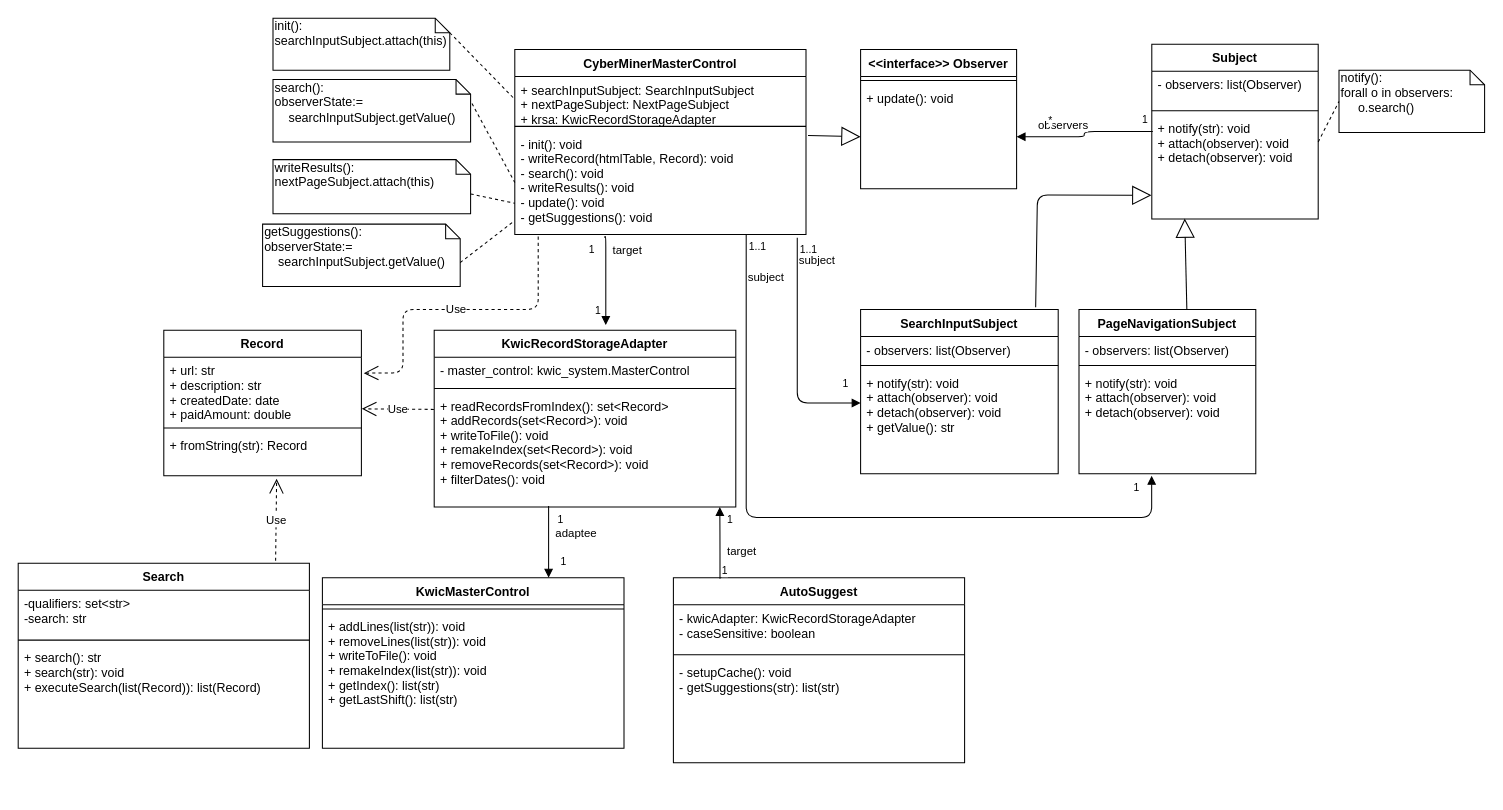
The draw.io diagram To-Do List Builder/cyberminer_class_diagram.drawio in kntnguyen94/To-Do-List-Builder, before the edit. Source tidied: cells renumbered, new cells numbered last; positions are measured from the earlier drawing's top-left corner, leaving out a move shared by most shapes. Both pictures are drawn from the tidied source at 104%, with x=0, y=0 at pixel (18, 18).
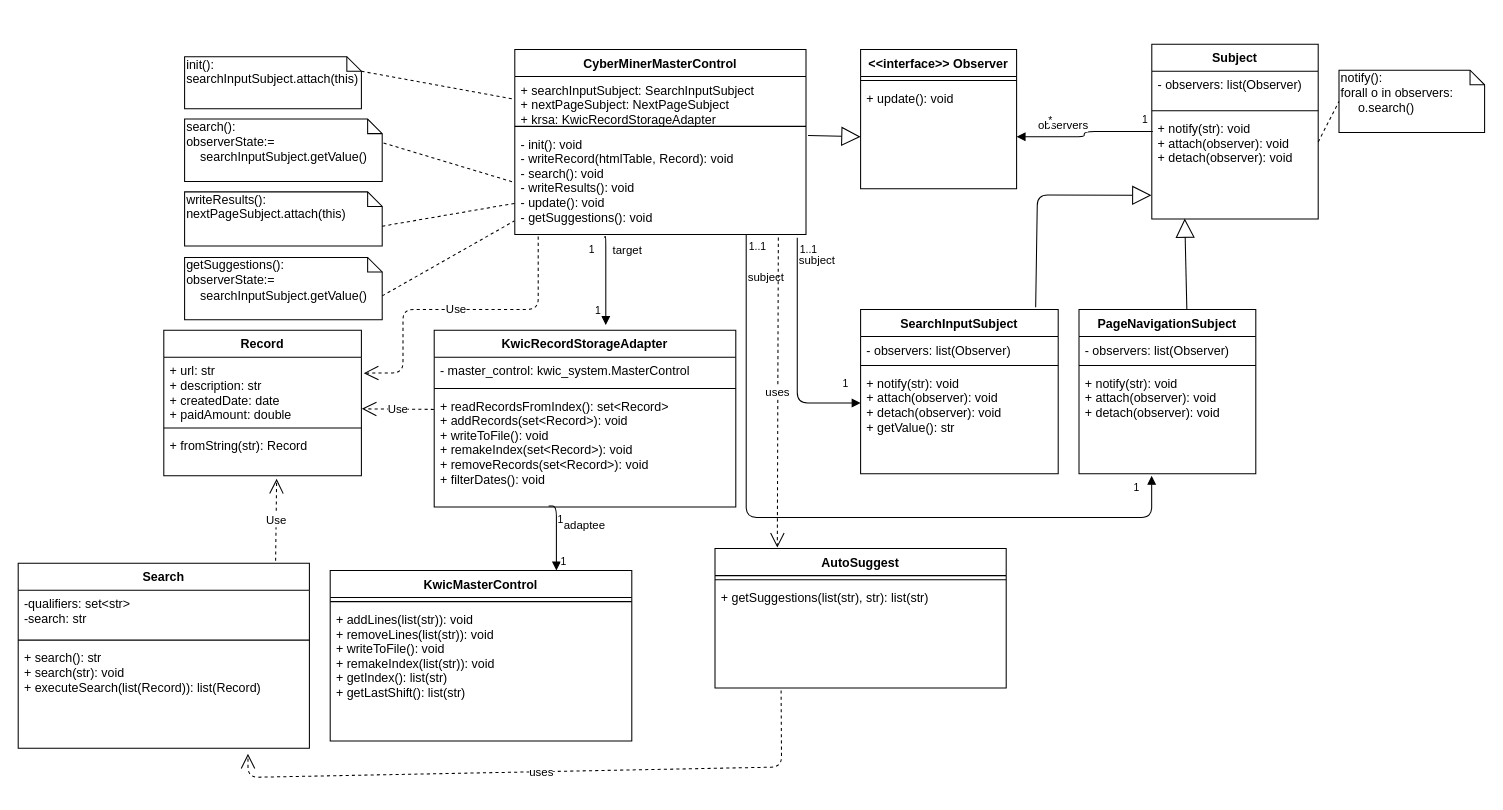
The same page after the edit.

The change refers to these unchanged cells:
```xml
<mxCell id="5" value="+ readRecordsFromIndex(): set&lt;Record&gt;&#10;+ addRecords(set&lt;Record&gt;): void&#10;+ writeToFile(): void&#10;+ remakeIndex(set&lt;Record&gt;): void&#10;+ removeRecords(set&lt;Record&gt;): void&#10;+ filterDates(): void" style="text;strokeColor=none;fillColor=none;align=left;verticalAlign=top;spacingLeft=4;spacingRight=4;overflow=hidden;points=[[0,0.5],[1,0.5]];portConstraint=eastwest;" parent="2" vertex="1">
  <mxGeometry y="60" width="290" height="110" as="geometry" />
</mxCell>
<mxCell id="22" value="+ search(): str&#10;+ search(str): void&#10;+ executeSearch(list(Record)): list(Record)" style="text;strokeColor=none;fillColor=none;align=left;verticalAlign=top;spacingLeft=4;spacingRight=4;overflow=hidden;points=[[0,0.5],[1,0.5]];portConstraint=eastwest;" parent="19" vertex="1">
  <mxGeometry y="78" width="280" height="100" as="geometry" />
</mxCell>
<mxCell id="35" value="- init(): void&#10;- writeRecord(htmlTable, Record): void&#10;- search(): void&#10;- writeResults(): void&#10;- update(): void&#10;- getSuggestions(): void" style="text;strokeColor=none;fillColor=none;align=left;verticalAlign=top;spacingLeft=4;spacingRight=4;overflow=hidden;points=[[0,0.5],[1,0.5]];portConstraint=eastwest;" parent="32" vertex="1">
  <mxGeometry y="78" width="280" height="100" as="geometry" />
</mxCell>
```

Change to the diagram source:
```diff
@@
     <mxCell id="6" value="KwicMasterControl" style="swimlane;fontStyle=1;align=center;verticalAlign=top;horizontal=1;startSize=26;" parent="1" vertex="1">
-      <mxGeometry x="292.5" y="538" width="290" height="164" as="geometry" />
+      <mxGeometry x="300" y="531" width="290" height="164" as="geometry" />
     </mxCell>
@@
     <mxCell id="11" value="AutoSuggest" style="swimlane;fontStyle=1;align=center;verticalAlign=top;horizontal=1;startSize=26;" parent="1" vertex="1">
-      <mxGeometry x="630" y="538" width="280" height="178" as="geometry" />
+      <mxGeometry x="670" y="510" width="280" height="134" as="geometry" />
     </mxCell>
-    <mxCell id="12" value="- kwicAdapter: KwicRecordStorageAdapter&#10;- caseSensitive: boolean" style="text;strokeColor=none;fillColor=none;align=left;verticalAlign=top;spacingLeft=4;spacingRight=4;overflow=hidden;" parent="11" vertex="1">
-      <mxGeometry y="26" width="280" height="44" as="geometry" />
-    </mxCell>
     <mxCell id="13" style="line;strokeWidth=1;fillColor=none;align=left;verticalAlign=middle;spacingTop=-1;spacingLeft=3;spacingRight=3;labelPosition=right;" parent="11" vertex="1">
-      <mxGeometry y="70" width="280" height="8" as="geometry" />
+      <mxGeometry y="26" width="280" height="8" as="geometry" />
     </mxCell>
-    <mxCell id="14" value="- setupCache(): void&#10;- getSuggestions(str): list(str)&#10;" style="text;strokeColor=none;fillColor=none;align=left;verticalAlign=top;spacingLeft=4;spacingRight=4;overflow=hidden;points=[[0,0.5],[1,0.5]];portConstraint=eastwest;" parent="11" vertex="1">
-      <mxGeometry y="78" width="280" height="100" as="geometry" />
+    <mxCell id="14" value="+ getSuggestions(list(str), str): list(str)&#10;" style="text;strokeColor=none;fillColor=none;align=left;verticalAlign=top;spacingLeft=4;spacingRight=4;overflow=hidden;points=[[0,0.5],[1,0.5]];portConstraint=eastwest;" parent="11" vertex="1">
+      <mxGeometry y="34" width="280" height="100" as="geometry" />
     </mxCell>
@@
     <mxCell id="29" value="search():&lt;br&gt;observerState:=&lt;br&gt;&amp;nbsp; &amp;nbsp; searchInputSubject.getValue()" style="shape=note;whiteSpace=wrap;html=1;size=14;verticalAlign=top;align=left;spacingTop=-6;" parent="1" vertex="1">
-      <mxGeometry x="245" y="59" width="190" height="60" as="geometry" />
+      <mxGeometry x="160" y="97" width="190" height="60" as="geometry" />
     </mxCell>
     <mxCell id="30" value="init():&lt;br&gt;searchInputSubject.attach(this)&lt;br&gt;" style="shape=note;whiteSpace=wrap;html=1;size=14;verticalAlign=top;align=left;spacingTop=-6;" parent="1" vertex="1">
-      <mxGeometry x="245" width="170" height="50" as="geometry" />
+      <mxGeometry x="160" y="37" width="170" height="50" as="geometry" />
     </mxCell>
@@
     <mxCell id="37" value="writeResults():&lt;br&gt;nextPageSubject.attach(this)" style="shape=note;whiteSpace=wrap;html=1;size=14;verticalAlign=top;align=left;spacingTop=-6;" parent="1" vertex="1">
-      <mxGeometry x="245" y="136" width="190" height="52" as="geometry" />
+      <mxGeometry x="160" y="167" width="190" height="52" as="geometry" />
     </mxCell>
@@
     <mxCell id="64" value="getSuggestions():&lt;br&gt;observerState:=&lt;br&gt;&amp;nbsp; &amp;nbsp; searchInputSubject.getValue()" style="shape=note;whiteSpace=wrap;html=1;size=14;verticalAlign=top;align=left;spacingTop=-6;" parent="1" vertex="1">
-      <mxGeometry x="235" y="198" width="190" height="60" as="geometry" />
+      <mxGeometry x="160" y="230" width="190" height="60" as="geometry" />
     </mxCell>
@@
-    <mxCell id="69" value="target" style="endArrow=block;endFill=1;html=1;edgeStyle=orthogonalEdgeStyle;align=left;verticalAlign=top;exitX=0.16;exitY=0.006;exitDx=0;exitDy=0;exitPerimeter=0;entryX=0.947;entryY=1;entryDx=0;entryDy=0;entryPerimeter=0;" parent="1" edge="1" source="11" target="5">
-      <mxGeometry x="0.13" y="-5" relative="1" as="geometry" />
-    </mxCell>
-    <mxCell id="70" value="1" style="html=1;align=left;verticalAlign=bottom;labelBackgroundColor=#ffffff;fontSize=10;" parent="69" vertex="1">
-      <mxGeometry x="-1" relative="1" as="geometry" />
-    </mxCell>
-    <mxCell id="71" value="1" style="html=1;align=left;verticalAlign=bottom;labelBackgroundColor=#ffffff;fontSize=10;" parent="1" vertex="1">
-      <mxGeometry x="680.2" y="490" as="geometry" />
-    </mxCell>
@@
+    <mxCell id="74" value="uses" style="endArrow=open;endSize=12;dashed=1;html=1;exitX=0.905;exitY=1.029;exitDx=0;exitDy=0;exitPerimeter=0;entryX=0.214;entryY=-0.007;entryDx=0;entryDy=0;entryPerimeter=0;" parent="1" edge="1" source="35" target="11">
+      <mxGeometry relative="1" as="geometry" />
+    </mxCell>
+    <mxCell id="75" value="uses" style="endArrow=open;endSize=12;dashed=1;html=1;exitX=0.227;exitY=1.024;exitDx=0;exitDy=0;exitPerimeter=0;entryX=0.789;entryY=1.053;entryDx=0;entryDy=0;entryPerimeter=0;" parent="1" edge="1" source="14" target="22">
+      <mxGeometry relative="1" as="geometry">
+        <Array as="points">
+          <mxPoint x="734" y="720" />
+          <mxPoint x="221" y="730" />
+        </Array>
+      </mxGeometry>
+    </mxCell>
```
